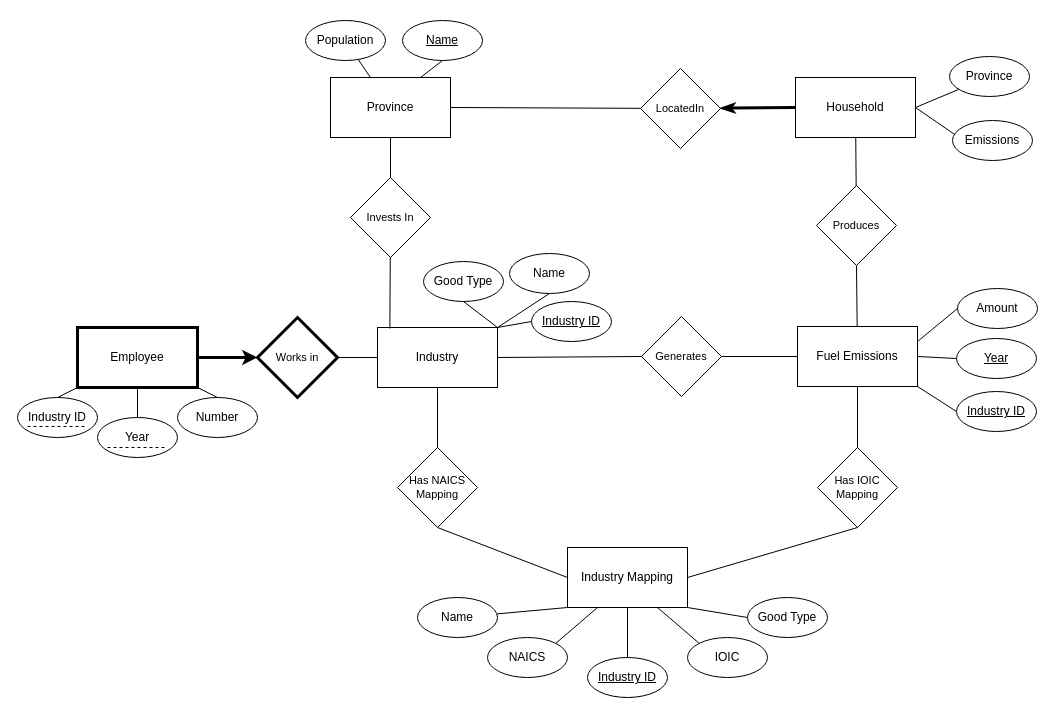
Above: a3_er_diagram/368_a3_er_diagram.drawio in Kaylan-W/ghg-emissions-cpsc_368 (draw.io), before the change. Source tidied: cells renumbered, new cells numbered last; positions are measured from the earlier drawing's top-left corner, leaving out a move shared by most shapes. Both pictures are drawn from the tidied source at 100%, with x=0, y=0 at pixel (17, 20).
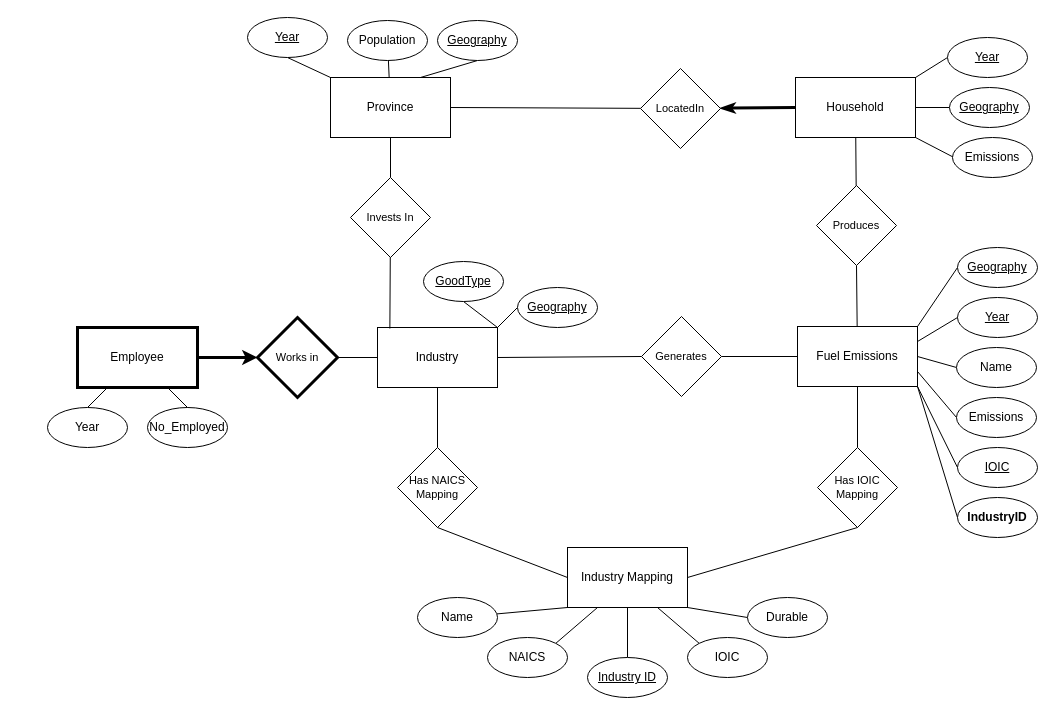
Above is the later version.

Unchanged cells that the change refers to:
```xml
<mxCell id="3" value="Industry" style="whiteSpace=wrap;html=1;" parent="1" vertex="1">
  <mxGeometry x="360" y="307" width="120" height="60" as="geometry" />
</mxCell>
<mxCell id="9" value="Fuel Emissions" style="whiteSpace=wrap;html=1;" parent="1" vertex="1">
  <mxGeometry x="780" y="306" width="120" height="60" as="geometry" />
</mxCell>
<mxCell id="11" value="Province" style="whiteSpace=wrap;html=1;" parent="1" vertex="1">
  <mxGeometry x="313" y="57" width="120" height="60" as="geometry" />
</mxCell>
<mxCell id="37" value="Employee" style="whiteSpace=wrap;html=1;strokeWidth=3;" parent="1" vertex="1">
  <mxGeometry x="60" y="307" width="120" height="60" as="geometry" />
</mxCell>
<mxCell id="47" value="Has IOIC Mapping" style="rhombus;whiteSpace=wrap;html=1;fontFamily=Helvetica;fontSize=11;fontColor=default;" parent="1" vertex="1">
  <mxGeometry x="800" y="427" width="80" height="80" as="geometry" />
</mxCell>
<mxCell id="56" value="Household" style="whiteSpace=wrap;html=1;" parent="1" vertex="1">
  <mxGeometry x="778" y="57" width="120" height="60" as="geometry" />
</mxCell>
```

What changed in the source:
```diff
@@
-    <mxCell id="6" style="edgeStyle=none;shape=connector;rounded=0;jettySize=auto;html=1;labelBackgroundColor=default;strokeColor=default;align=center;verticalAlign=middle;fontFamily=Helvetica;fontSize=11;fontColor=default;endArrow=none;endFill=0;entryX=0;entryY=0.5;entryDx=0;entryDy=0;exitX=1;exitY=1;exitDx=0;exitDy=0;" parent="1" edge="1" source="9" target="15">
+    <mxCell id="6" style="edgeStyle=none;shape=connector;rounded=0;jettySize=auto;html=1;labelBackgroundColor=default;strokeColor=default;align=center;verticalAlign=middle;fontFamily=Helvetica;fontSize=11;fontColor=default;endArrow=none;endFill=0;entryX=0;entryY=0.5;entryDx=0;entryDy=0;exitX=1;exitY=0.75;exitDx=0;exitDy=0;" parent="1" edge="1" source="9" target="15">
       <mxGeometry relative="1" as="geometry" />
     </mxCell>
@@
-    <mxCell id="8" style="edgeStyle=none;shape=connector;rounded=0;jettySize=auto;html=1;exitX=0.5;exitY=1;exitDx=0;exitDy=0;entryX=0.5;entryY=0;entryDx=0;entryDy=0;labelBackgroundColor=default;strokeColor=default;align=center;verticalAlign=middle;fontFamily=Helvetica;fontSize=11;fontColor=default;endArrow=none;endFill=0;" parent="1" edge="1" source="9" target="47">
-      <mxGeometry relative="1" as="geometry" />
+    <mxCell id="8" style="edgeStyle=none;shape=connector;rounded=0;jettySize=auto;html=1;entryX=0.5;entryY=0;entryDx=0;entryDy=0;labelBackgroundColor=default;strokeColor=default;align=center;verticalAlign=middle;fontFamily=Helvetica;fontSize=11;fontColor=default;endArrow=none;endFill=0;" parent="1" edge="1" target="47">
+      <mxGeometry relative="1" as="geometry">
+        <mxPoint x="840" y="366" as="sourcePoint" />
+      </mxGeometry>
     </mxCell>
@@
     <mxCell id="12" value="Population" style="ellipse;whiteSpace=wrap;html=1;" parent="1" vertex="1">
-      <mxGeometry x="288" width="80" height="40" as="geometry" />
+      <mxGeometry x="330" width="80" height="40" as="geometry" />
     </mxCell>
@@
-    <mxCell id="14" value="&lt;u&gt;Name&lt;/u&gt;" style="ellipse;whiteSpace=wrap;html=1;" parent="1" vertex="1">
-      <mxGeometry x="385" width="80" height="40" as="geometry" />
+    <mxCell id="14" value="&lt;u&gt;Geography&lt;/u&gt;" style="ellipse;whiteSpace=wrap;html=1;" parent="1" vertex="1">
+      <mxGeometry x="420" width="80" height="40" as="geometry" />
     </mxCell>
-    <mxCell id="15" value="&lt;u&gt;Industry ID&lt;/u&gt;" style="ellipse;whiteSpace=wrap;html=1;" parent="1" vertex="1">
-      <mxGeometry x="939" y="371" width="80" height="40" as="geometry" />
+    <mxCell id="15" value="Emissions" style="ellipse;whiteSpace=wrap;html=1;" parent="1" vertex="1">
+      <mxGeometry x="939" y="377" width="80" height="40" as="geometry" />
     </mxCell>
-    <mxCell id="16" value="Amount" style="ellipse;whiteSpace=wrap;html=1;" parent="1" vertex="1">
-      <mxGeometry x="940" y="268" width="80" height="40" as="geometry" />
+    <mxCell id="16" value="&lt;u&gt;Year&lt;/u&gt;" style="ellipse;whiteSpace=wrap;html=1;" parent="1" vertex="1">
+      <mxGeometry x="940" y="277" width="80" height="40" as="geometry" />
     </mxCell>
-    <mxCell id="17" value="&lt;u&gt;Year&lt;/u&gt;" style="ellipse;whiteSpace=wrap;html=1;" parent="1" vertex="1">
-      <mxGeometry x="939" y="318" width="80" height="40" as="geometry" />
+    <mxCell id="17" value="Name" style="ellipse;whiteSpace=wrap;html=1;" parent="1" vertex="1">
+      <mxGeometry x="939" y="327" width="80" height="40" as="geometry" />
     </mxCell>
@@
-    <mxCell id="21" value="Good Type" style="ellipse;whiteSpace=wrap;html=1;" parent="1" vertex="1">
+    <mxCell id="21" value="Durable" style="ellipse;whiteSpace=wrap;html=1;" parent="1" vertex="1">
       <mxGeometry x="730" y="577" width="80" height="40" as="geometry" />
     </mxCell>
@@
-    <mxCell id="28" style="edgeStyle=none;shape=connector;rounded=0;jettySize=auto;html=1;exitX=0;exitY=0.5;exitDx=0;exitDy=0;labelBackgroundColor=default;strokeColor=default;align=center;verticalAlign=middle;fontFamily=Helvetica;fontSize=11;fontColor=default;endArrow=none;endFill=0;" parent="1" edge="1" source="29">
-      <mxGeometry relative="1" as="geometry">
-        <mxPoint x="480" y="307" as="targetPoint" />
-      </mxGeometry>
-    </mxCell>
-    <mxCell id="29" value="&lt;u&gt;Industry ID&lt;/u&gt;" style="ellipse;whiteSpace=wrap;html=1;" parent="1" vertex="1">
-      <mxGeometry x="514" y="281" width="80" height="40" as="geometry" />
-    </mxCell>
-    <mxCell id="30" style="edgeStyle=none;shape=connector;rounded=0;jettySize=auto;html=1;exitX=0.5;exitY=1;exitDx=0;exitDy=0;entryX=1;entryY=0;entryDx=0;entryDy=0;labelBackgroundColor=default;strokeColor=default;align=center;verticalAlign=middle;fontFamily=Helvetica;fontSize=11;fontColor=default;endArrow=none;endFill=0;" parent="1" edge="1" source="31" target="3">
+    <mxCell id="30" style="edgeStyle=none;shape=connector;rounded=0;jettySize=auto;html=1;exitX=0;exitY=0.5;exitDx=0;exitDy=0;entryX=1;entryY=0;entryDx=0;entryDy=0;labelBackgroundColor=default;strokeColor=default;align=center;verticalAlign=middle;fontFamily=Helvetica;fontSize=11;fontColor=default;endArrow=none;endFill=0;" parent="1" edge="1" source="31" target="3">
       <mxGeometry relative="1" as="geometry" />
     </mxCell>
-    <mxCell id="31" value="Name" style="ellipse;whiteSpace=wrap;html=1;" parent="1" vertex="1">
-      <mxGeometry x="492" y="233" width="80" height="40" as="geometry" />
+    <mxCell id="31" value="&lt;u&gt;Geography&lt;/u&gt;" style="ellipse;whiteSpace=wrap;html=1;" parent="1" vertex="1">
+      <mxGeometry x="500" y="267" width="80" height="40" as="geometry" />
     </mxCell>
@@
-    <mxCell id="33" value="Good Type" style="ellipse;whiteSpace=wrap;html=1;" parent="1" vertex="1">
+    <mxCell id="33" value="&lt;u&gt;GoodType&lt;/u&gt;" style="ellipse;whiteSpace=wrap;html=1;" parent="1" vertex="1">
       <mxGeometry x="406" y="241" width="80" height="40" as="geometry" />
     </mxCell>
-    <mxCell id="34" style="edgeStyle=none;shape=connector;rounded=0;jettySize=auto;html=1;labelBackgroundColor=default;strokeColor=default;align=center;verticalAlign=middle;fontFamily=Helvetica;fontSize=11;fontColor=default;endArrow=none;endFill=0;entryX=0.5;entryY=0;entryDx=0;entryDy=0;" parent="1" edge="1" source="37" target="38">
-      <mxGeometry relative="1" as="geometry" />
-    </mxCell>
@@
-    <mxCell id="38" value="Industry ID" style="ellipse;whiteSpace=wrap;html=1;" parent="1" vertex="1">
-      <mxGeometry y="377" width="80" height="40" as="geometry" />
-    </mxCell>
-    <mxCell id="39" value="Number" style="ellipse;whiteSpace=wrap;html=1;" parent="1" vertex="1">
-      <mxGeometry x="160" y="377" width="80" height="40" as="geometry" />
+    <mxCell id="39" value="No_Employed" style="ellipse;whiteSpace=wrap;html=1;" parent="1" vertex="1">
+      <mxGeometry x="130" y="387" width="80" height="40" as="geometry" />
     </mxCell>
     <mxCell id="40" value="Year" style="ellipse;whiteSpace=wrap;html=1;" parent="1" vertex="1">
-      <mxGeometry x="80" y="397" width="80" height="40" as="geometry" />
+      <mxGeometry x="30" y="387" width="80" height="40" as="geometry" />
     </mxCell>
-    <mxCell id="41" style="edgeStyle=none;shape=connector;rounded=0;jettySize=auto;html=1;entryX=1;entryY=1;entryDx=0;entryDy=0;labelBackgroundColor=default;strokeColor=default;align=center;verticalAlign=middle;fontFamily=Helvetica;fontSize=11;fontColor=default;endArrow=none;endFill=0;exitX=0.5;exitY=0;exitDx=0;exitDy=0;" parent="1" edge="1" source="39" target="37">
+    <mxCell id="41" style="edgeStyle=none;shape=connector;rounded=0;jettySize=auto;html=1;entryX=0.75;entryY=1;entryDx=0;entryDy=0;labelBackgroundColor=default;strokeColor=default;align=center;verticalAlign=middle;fontFamily=Helvetica;fontSize=11;fontColor=default;endArrow=none;endFill=0;exitX=0.5;exitY=0;exitDx=0;exitDy=0;" parent="1" edge="1" source="39" target="37">
       <mxGeometry relative="1" as="geometry" />
     </mxCell>
-    <mxCell id="42" style="edgeStyle=none;orthogonalLoop=1;jettySize=auto;html=1;rounded=0;labelBackgroundColor=default;strokeColor=default;align=center;verticalAlign=middle;fontFamily=Helvetica;fontSize=11;fontColor=default;endArrow=none;endFill=0;shape=connector;dashed=1;" parent="1" edge="1">
-      <mxGeometry relative="1" as="geometry">
-        <mxPoint x="10" y="406" as="sourcePoint" />
-        <mxPoint x="70" y="406" as="targetPoint" />
-      </mxGeometry>
-    </mxCell>
-    <mxCell id="43" style="edgeStyle=none;orthogonalLoop=1;jettySize=auto;html=1;rounded=0;labelBackgroundColor=default;strokeColor=default;align=center;verticalAlign=middle;fontFamily=Helvetica;fontSize=11;fontColor=default;endArrow=none;endFill=0;shape=connector;dashed=1;" parent="1" edge="1">
-      <mxGeometry relative="1" as="geometry">
-        <mxPoint x="90" y="427" as="sourcePoint" />
-        <mxPoint x="150" y="427" as="targetPoint" />
-      </mxGeometry>
-    </mxCell>
@@
-    <mxCell id="57" value="Province" style="ellipse;whiteSpace=wrap;html=1;" parent="1" vertex="1">
-      <mxGeometry x="932" y="36" width="80" height="40" as="geometry" />
+    <mxCell id="57" value="&lt;u&gt;Geography&lt;/u&gt;" style="ellipse;whiteSpace=wrap;html=1;" parent="1" vertex="1">
+      <mxGeometry x="932" y="67" width="80" height="40" as="geometry" />
     </mxCell>
-    <mxCell id="58" style="edgeStyle=none;shape=connector;rounded=0;jettySize=auto;html=1;exitX=0.5;exitY=1;exitDx=0;exitDy=0;entryX=1;entryY=0.5;entryDx=0;entryDy=0;labelBackgroundColor=default;strokeColor=default;align=center;verticalAlign=middle;fontFamily=Helvetica;fontSize=11;fontColor=default;endArrow=none;endFill=0;" parent="1" edge="1" source="59" target="56">
+    <mxCell id="58" style="edgeStyle=none;shape=connector;rounded=0;jettySize=auto;html=1;exitX=0.5;exitY=1;exitDx=0;exitDy=0;entryX=1;entryY=1;entryDx=0;entryDy=0;labelBackgroundColor=default;strokeColor=default;align=center;verticalAlign=middle;fontFamily=Helvetica;fontSize=11;fontColor=default;endArrow=none;endFill=0;" parent="1" edge="1" source="59" target="56">
       <mxGeometry relative="1" as="geometry" />
     </mxCell>
     <mxCell id="59" value="Emissions" style="ellipse;whiteSpace=wrap;html=1;" parent="1" vertex="1">
-      <mxGeometry x="935" y="100" width="80" height="40" as="geometry" />
+      <mxGeometry x="935" y="117" width="80" height="40" as="geometry" />
     </mxCell>
@@
+    <mxCell id="67" style="edgeStyle=none;rounded=0;jettySize=auto;html=1;exitX=0;exitY=0.5;exitDx=0;exitDy=0;entryX=1;entryY=0;entryDx=0;entryDy=0;strokeColor=default;align=center;verticalAlign=middle;fontFamily=Helvetica;fontSize=11;fontColor=default;labelBackgroundColor=default;endArrow=none;endFill=0;" parent="1" edge="1" source="68" target="9">
+      <mxGeometry relative="1" as="geometry" />
+    </mxCell>
+    <mxCell id="68" value="&lt;u&gt;Geography&lt;/u&gt;" style="ellipse;whiteSpace=wrap;html=1;" parent="1" vertex="1">
+      <mxGeometry x="940" y="227" width="80" height="40" as="geometry" />
+    </mxCell>
+    <mxCell id="69" style="edgeStyle=none;rounded=0;jettySize=auto;html=1;exitX=0.5;exitY=1;exitDx=0;exitDy=0;entryX=0;entryY=0;entryDx=0;entryDy=0;strokeColor=default;align=center;verticalAlign=middle;fontFamily=Helvetica;fontSize=11;fontColor=default;labelBackgroundColor=default;endArrow=none;endFill=0;" parent="1" edge="1" source="70" target="11">
+      <mxGeometry relative="1" as="geometry" />
+    </mxCell>
+    <mxCell id="70" value="&lt;u&gt;Year&lt;/u&gt;" style="ellipse;whiteSpace=wrap;html=1;" parent="1" vertex="1">
+      <mxGeometry x="230" y="-3" width="80" height="40" as="geometry" />
+    </mxCell>
+    <mxCell id="71" style="edgeStyle=none;rounded=0;jettySize=auto;html=1;exitX=0;exitY=0.5;exitDx=0;exitDy=0;entryX=1;entryY=0;entryDx=0;entryDy=0;strokeColor=default;align=center;verticalAlign=middle;fontFamily=Helvetica;fontSize=11;fontColor=default;labelBackgroundColor=default;endArrow=none;endFill=0;" parent="1" edge="1" source="72" target="56">
+      <mxGeometry relative="1" as="geometry" />
+    </mxCell>
+    <mxCell id="72" value="&lt;u&gt;Year&lt;/u&gt;" style="ellipse;whiteSpace=wrap;html=1;" parent="1" vertex="1">
+      <mxGeometry x="930" y="17" width="80" height="40" as="geometry" />
+    </mxCell>
+    <mxCell id="73" style="edgeStyle=none;rounded=0;jettySize=auto;html=1;exitX=0;exitY=0.5;exitDx=0;exitDy=0;entryX=1;entryY=1;entryDx=0;entryDy=0;strokeColor=default;align=center;verticalAlign=middle;fontFamily=Helvetica;fontSize=11;fontColor=default;labelBackgroundColor=default;endArrow=none;endFill=0;" parent="1" edge="1" source="74" target="9">
+      <mxGeometry relative="1" as="geometry" />
+    </mxCell>
+    <mxCell id="74" value="&lt;u&gt;IOIC&lt;/u&gt;" style="ellipse;whiteSpace=wrap;html=1;" parent="1" vertex="1">
+      <mxGeometry x="940" y="427" width="80" height="40" as="geometry" />
+    </mxCell>
+    <mxCell id="75" style="edgeStyle=none;rounded=0;jettySize=auto;html=1;exitX=0;exitY=0.5;exitDx=0;exitDy=0;entryX=1;entryY=1;entryDx=0;entryDy=0;strokeColor=default;align=center;verticalAlign=middle;fontFamily=Helvetica;fontSize=11;fontColor=default;labelBackgroundColor=default;endArrow=none;endFill=0;" parent="1" edge="1" source="76" target="9">
+      <mxGeometry relative="1" as="geometry" />
+    </mxCell>
+    <mxCell id="76" value="&lt;b&gt;IndustryID&lt;/b&gt;" style="ellipse;whiteSpace=wrap;html=1;" parent="1" vertex="1">
+      <mxGeometry x="940" y="477" width="80" height="40" as="geometry" />
+    </mxCell>
```
